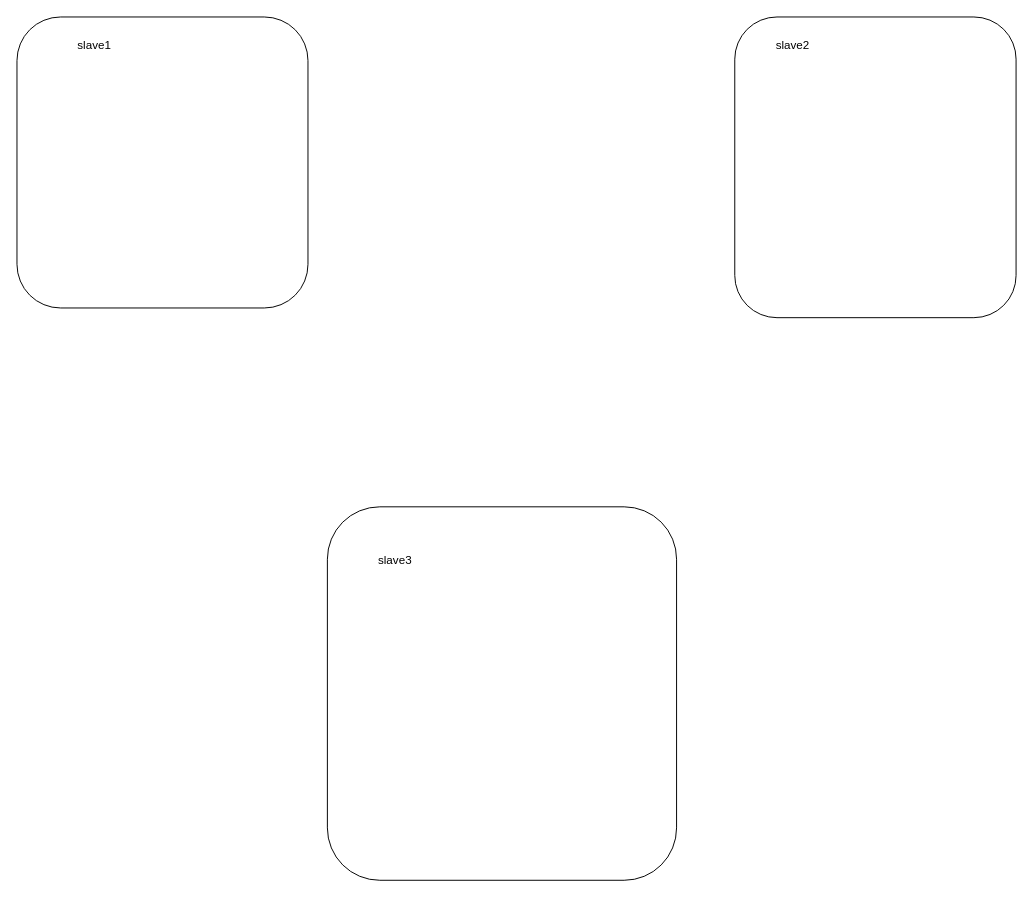
Above: 分布式并行图划分.drawio in ductina/233 (draw.io), before the change. Source tidied: cells renumbered, new cells numbered last; positions are measured from the earlier drawing's top-left corner, leaving out a move shared by most shapes. Both pictures are drawn from the tidied source at 97%, with x=0, y=0 at pixel (16, 16).
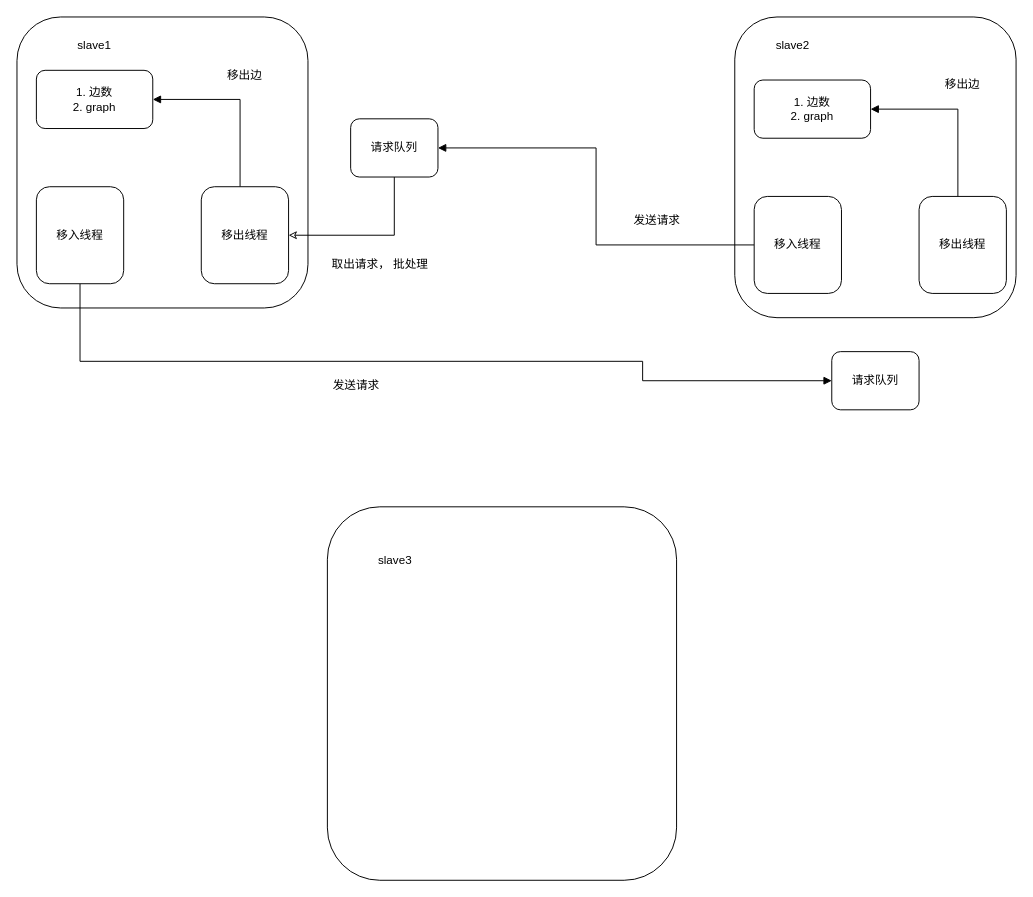
The same page after the edit.

Commit message (it also covers changes not shown here):
Update 分布式并行图划分.drawio

The edit, as a diff of the source:
```diff
@@
+    <mxCell id="8" value="1. 边数&lt;br&gt;2. graph" style="rounded=1;whiteSpace=wrap;html=1;" parent="1" vertex="1">
+      <mxGeometry x="20" y="55" width="120" height="60" as="geometry" />
+    </mxCell>
+    <mxCell id="9" value="请求队列" style="rounded=1;whiteSpace=wrap;html=1;" parent="1" vertex="1">
+      <mxGeometry x="344" y="105" width="90" height="60" as="geometry" />
+    </mxCell>
+    <mxCell id="10" style="edgeStyle=orthogonalEdgeStyle;rounded=0;jettySize=auto;html=1;startArrow=none;startFill=0;endArrow=block;endFill=1;" parent="1" edge="1" source="11" target="17">
+      <mxGeometry relative="1" as="geometry">
+        <Array as="points">
+          <mxPoint x="65" y="355" />
+          <mxPoint x="645" y="355" />
+        </Array>
+      </mxGeometry>
+    </mxCell>
+    <mxCell id="11" value="移入线程" style="rounded=1;whiteSpace=wrap;html=1;" parent="1" vertex="1">
+      <mxGeometry x="20" y="175" width="90" height="100" as="geometry" />
+    </mxCell>
+    <mxCell id="12" style="edgeStyle=orthogonalEdgeStyle;rounded=0;jettySize=auto;html=1;entryX=0.5;entryY=1;entryDx=0;entryDy=0;startArrow=classic;startFill=0;endArrow=none;endFill=0;" parent="1" edge="1" source="14" target="9">
+      <mxGeometry relative="1" as="geometry" />
+    </mxCell>
+    <mxCell id="13" style="edgeStyle=orthogonalEdgeStyle;rounded=0;jettySize=auto;html=1;entryX=1;entryY=0.5;entryDx=0;entryDy=0;startArrow=none;startFill=0;endArrow=block;endFill=1;" parent="1" edge="1" source="14" target="8">
+      <mxGeometry relative="1" as="geometry">
+        <Array as="points">
+          <mxPoint x="230" y="85" />
+        </Array>
+      </mxGeometry>
+    </mxCell>
+    <mxCell id="14" value="移出线程" style="rounded=1;whiteSpace=wrap;html=1;" parent="1" vertex="1">
+      <mxGeometry x="190" y="175" width="90" height="100" as="geometry" />
+    </mxCell>
+    <mxCell id="15" value="取出请求， 批处理" style="text;html=1;align=center;verticalAlign=middle;strokeColor=none;fillColor=none;" parent="1" vertex="1">
+      <mxGeometry x="314" y="245" width="120" height="20" as="geometry" />
+    </mxCell>
+    <mxCell id="16" value="移出边" style="text;html=1;strokeColor=none;fillColor=none;align=center;verticalAlign=middle;whiteSpace=wrap;rounded=0;" parent="1" vertex="1">
+      <mxGeometry x="205" y="45" width="60" height="30" as="geometry" />
+    </mxCell>
+    <mxCell id="17" value="请求队列" style="rounded=1;whiteSpace=wrap;html=1;" parent="1" vertex="1">
+      <mxGeometry x="840" y="345" width="90" height="60" as="geometry" />
+    </mxCell>
+    <mxCell id="18" value="发送请求" style="text;html=1;strokeColor=none;fillColor=none;align=center;verticalAlign=middle;whiteSpace=wrap;rounded=0;" parent="1" vertex="1">
+      <mxGeometry x="320" y="365" width="60" height="30" as="geometry" />
+    </mxCell>
+    <mxCell id="19" value="1. 边数&lt;br&gt;2. graph" style="rounded=1;whiteSpace=wrap;html=1;" parent="1" vertex="1">
+      <mxGeometry x="760" y="65" width="120" height="60" as="geometry" />
+    </mxCell>
+    <mxCell id="20" style="edgeStyle=orthogonalEdgeStyle;rounded=0;jettySize=auto;html=1;entryX=1;entryY=0.5;entryDx=0;entryDy=0;startArrow=none;startFill=0;endArrow=block;endFill=1;" parent="1" edge="1" source="21" target="9">
+      <mxGeometry relative="1" as="geometry" />
+    </mxCell>
+    <mxCell id="21" value="移入线程" style="rounded=1;whiteSpace=wrap;html=1;" parent="1" vertex="1">
+      <mxGeometry x="760" y="185" width="90" height="100" as="geometry" />
+    </mxCell>
+    <mxCell id="22" style="edgeStyle=orthogonalEdgeStyle;rounded=0;jettySize=auto;html=1;entryX=1;entryY=0.5;entryDx=0;entryDy=0;startArrow=none;startFill=0;endArrow=block;endFill=1;" parent="1" edge="1" source="23" target="19">
+      <mxGeometry relative="1" as="geometry">
+        <Array as="points">
+          <mxPoint x="970" y="95" />
+        </Array>
+      </mxGeometry>
+    </mxCell>
+    <mxCell id="23" value="移出线程" style="rounded=1;whiteSpace=wrap;html=1;" parent="1" vertex="1">
+      <mxGeometry x="930" y="185" width="90" height="100" as="geometry" />
+    </mxCell>
+    <mxCell id="24" value="移出边" style="text;html=1;strokeColor=none;fillColor=none;align=center;verticalAlign=middle;whiteSpace=wrap;rounded=0;" parent="1" vertex="1">
+      <mxGeometry x="945" y="55" width="60" height="30" as="geometry" />
+    </mxCell>
+    <mxCell id="25" value="发送请求" style="text;html=1;strokeColor=none;fillColor=none;align=center;verticalAlign=middle;whiteSpace=wrap;rounded=0;" parent="1" vertex="1">
+      <mxGeometry x="630" y="195" width="60" height="30" as="geometry" />
+    </mxCell>
```
